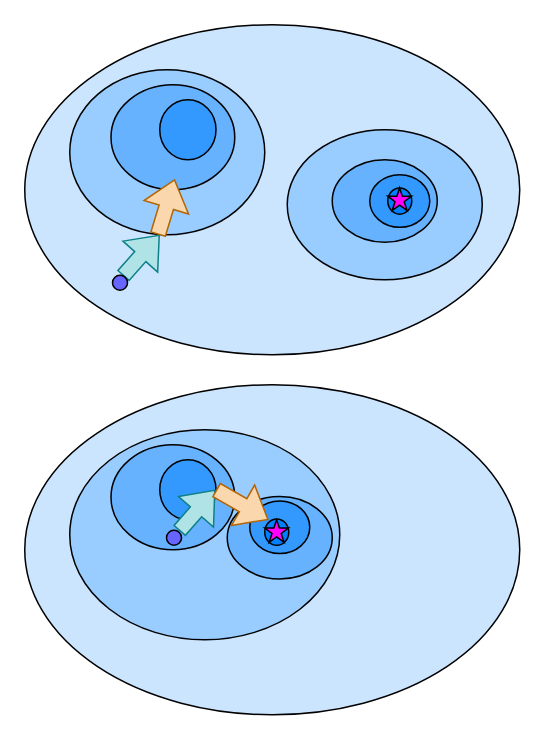
Tarseus/drawio keeps this draw.io diagram as EAM对梯度优势分析.drawio. Above is the earlier version. Source tidied: cells renumbered, new cells numbered last; positions are measured from the earlier drawing's top-left corner, leaving out a move shared by most shapes. Both pictures are drawn from the tidied source at 150%, with x=0, y=0 at pixel (24, 24).
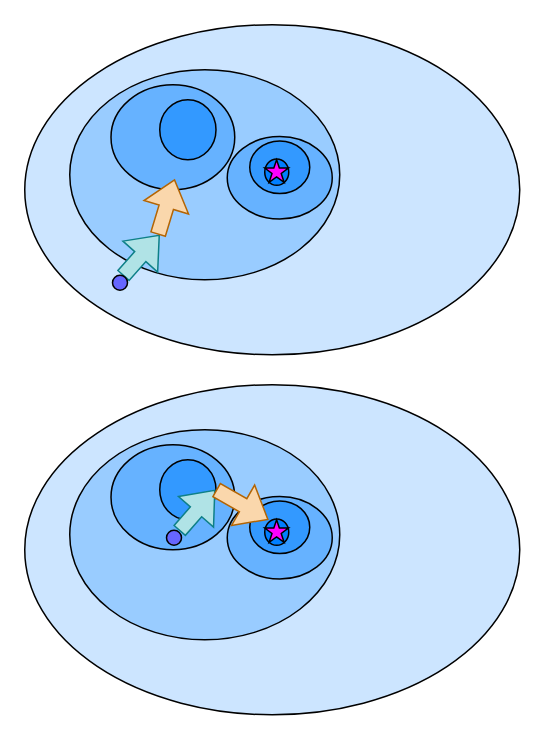
The same diagram, later.

Commit message (it also covers changes not shown here):
更新EAM对梯度优势分析.drawio

The edit, as a diff of the source:
```diff
@@
-    <mxCell id="3" style="ellipse;whiteSpace=wrap;html=1;fillColor=#99CCFF;strokeColor=#000000;" parent="1" vertex="1">
-      <mxGeometry x="30" y="30" width="130" height="110" as="geometry" />
-    </mxCell>
@@
-    <mxCell id="5" style="ellipse;whiteSpace=wrap;html=1;fillColor=#99CCFF;" parent="1" vertex="1">
-      <mxGeometry x="175" y="70" width="130" height="100" as="geometry" />
-    </mxCell>
-    <mxCell id="6" style="ellipse;whiteSpace=wrap;html=1;fillColor=#66B2FF;" parent="1" vertex="1">
-      <mxGeometry x="205" y="90" width="70" height="55" as="geometry" />
-    </mxCell>
-    <mxCell id="7" style="ellipse;whiteSpace=wrap;html=1;fillColor=#3399FF;" parent="1" vertex="1">
-      <mxGeometry x="230" y="100" width="40" height="35" as="geometry" />
-    </mxCell>
@@
-    <mxCell id="9" style="ellipse;whiteSpace=wrap;html=1;fillColor=#007FFF;" parent="1" vertex="1">
-      <mxGeometry x="242" y="108.8" width="16" height="17.5" as="geometry" />
-    </mxCell>
-    <mxCell id="10" style="verticalLabelPosition=bottom;verticalAlign=top;html=1;shape=mxgraph.basic.star;fillColor=#FF00FF;strokeColor=#000000;" parent="1" vertex="1">
-      <mxGeometry x="242" y="108.8" width="15.8" height="15" as="geometry" />
-    </mxCell>
+    <mxCell id="25" style="ellipse;whiteSpace=wrap;html=1;fillColor=#99CCFF;strokeColor=#000000;" parent="1" vertex="1">
+      <mxGeometry x="30" y="30" width="180" height="140" as="geometry" />
+    </mxCell>
@@
+    <mxCell id="26" style="ellipse;whiteSpace=wrap;html=1;fillColor=#66B2FF;" parent="1" vertex="1">
+      <mxGeometry x="57.5" y="40" width="82.5" height="70" as="geometry" />
+    </mxCell>
@@
+    <mxCell id="27" style="ellipse;whiteSpace=wrap;html=1;fillColor=#66B2FF;" parent="1" vertex="1">
+      <mxGeometry x="135" y="74.5" width="70" height="55" as="geometry" />
+    </mxCell>
+    <mxCell id="28" style="ellipse;whiteSpace=wrap;html=1;fillColor=#3399FF;" parent="1" vertex="1">
+      <mxGeometry x="150" y="77.5" width="40" height="35" as="geometry" />
+    </mxCell>
+    <mxCell id="29" style="ellipse;whiteSpace=wrap;html=1;fillColor=#3399FF;" parent="1" vertex="1">
+      <mxGeometry x="90" y="50" width="37.5" height="40" as="geometry" />
+    </mxCell>
+    <mxCell id="30" style="ellipse;whiteSpace=wrap;html=1;fillColor=#007FFF;" parent="1" vertex="1">
+      <mxGeometry x="160" y="89.5" width="16" height="17.5" as="geometry" />
+    </mxCell>
+    <mxCell id="31" style="verticalLabelPosition=bottom;verticalAlign=top;html=1;shape=mxgraph.basic.star;fillColor=#FF00FF;strokeColor=#000000;" parent="1" vertex="1">
+      <mxGeometry x="160" y="90" width="15.8" height="15" as="geometry" />
+    </mxCell>
```
